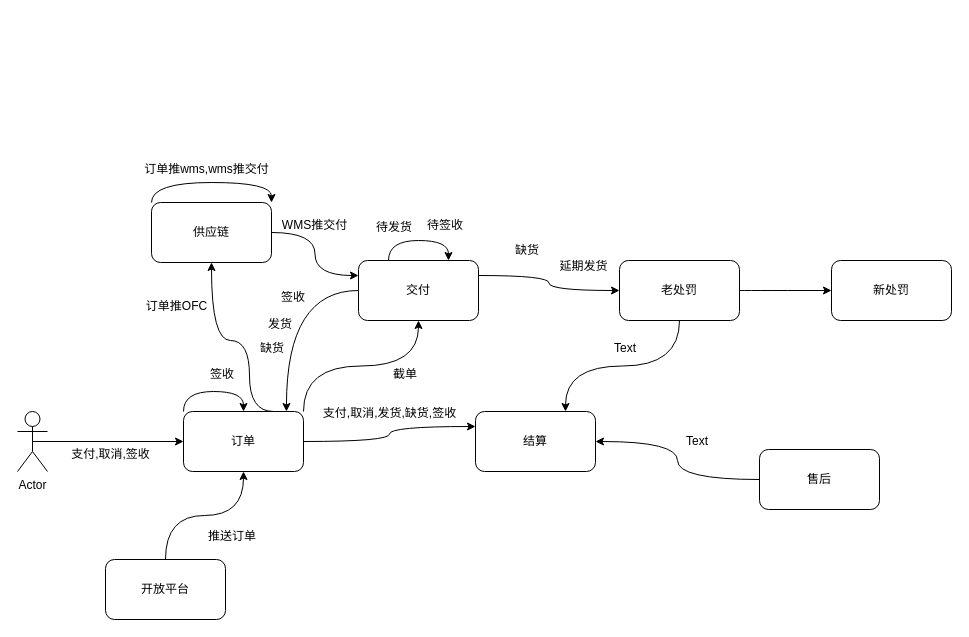
The draw.io diagram 稽核链路.drawio in mingtian110/pc_home, before the edit. Source tidied: cells renumbered, new cells numbered last; positions are measured from the earlier drawing's top-left corner, leaving out a move shared by most shapes. Both pictures are drawn from the tidied source at 100%, with x=0, y=0 at pixel (17, 155).
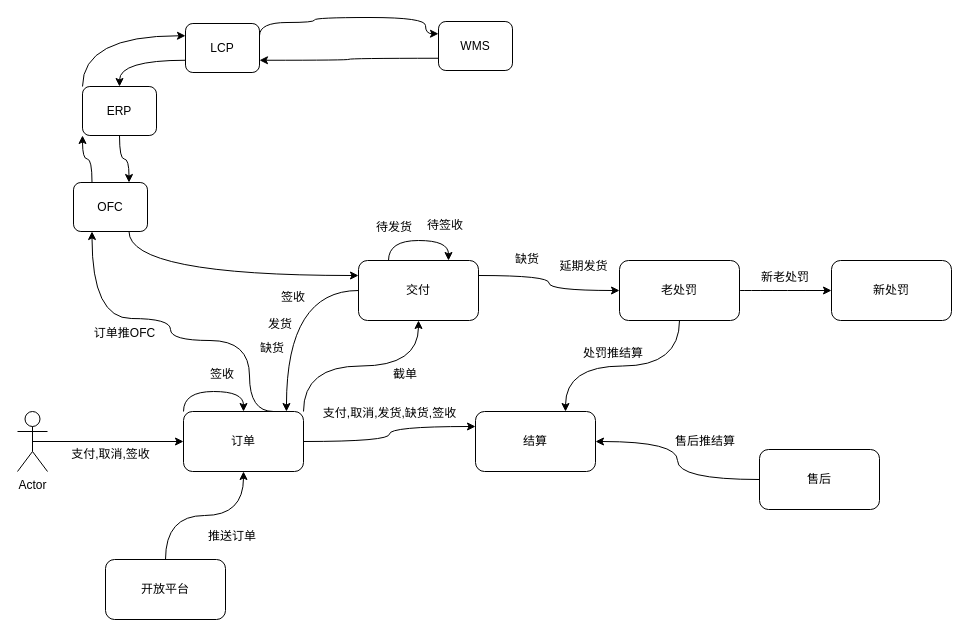
The same diagram, later.

Commit message:
更新稽核链路.drawio

The change refers to these unchanged cells:
```xml
<mxCell id="8" value="订单" style="rounded=1;whiteSpace=wrap;html=1;" parent="1" vertex="1">
  <mxGeometry x="166" y="256" width="120" height="60" as="geometry" />
</mxCell>
<mxCell id="15" value="交付" style="rounded=1;whiteSpace=wrap;html=1;" parent="1" vertex="1">
  <mxGeometry x="341" y="105" width="120" height="60" as="geometry" />
</mxCell>
```

Diff of the diagram source:
```diff
@@
-    <mxCell id="7" style="edgeStyle=orthogonalEdgeStyle;curved=1;rounded=0;jettySize=auto;html=1;exitX=0.75;exitY=0;exitDx=0;exitDy=0;entryX=0.5;entryY=1;entryDx=0;entryDy=0;" parent="1" edge="1" source="8" target="32">
+    <mxCell id="7" style="edgeStyle=orthogonalEdgeStyle;curved=1;rounded=0;jettySize=auto;html=1;exitX=0.75;exitY=0;exitDx=0;exitDy=0;entryX=0.25;entryY=1;entryDx=0;entryDy=0;" parent="1" edge="1" source="8" target="46">
       <mxGeometry relative="1" as="geometry">
         <Array as="points">
           <mxPoint x="232" y="256" />
           <mxPoint x="232" y="185" />
-          <mxPoint x="194" y="185" />
+          <mxPoint x="153" y="185" />
+          <mxPoint x="153" y="163" />
+          <mxPoint x="75" y="163" />
         </Array>
       </mxGeometry>
     </mxCell>
@@
     <mxCell id="24" value="缺货" style="text;html=1;strokeColor=none;fillColor=none;align=center;verticalAlign=middle;whiteSpace=wrap;rounded=0;" parent="1" vertex="1">
-      <mxGeometry x="490" y="85" width="40" height="20" as="geometry" />
+      <mxGeometry x="490" y="94" width="40" height="20" as="geometry" />
     </mxCell>
@@
-    <mxCell id="31" style="edgeStyle=orthogonalEdgeStyle;curved=1;rounded=0;jettySize=auto;html=1;exitX=1;exitY=0.5;exitDx=0;exitDy=0;entryX=0;entryY=0.25;entryDx=0;entryDy=0;" parent="1" edge="1" source="32" target="15">
-      <mxGeometry relative="1" as="geometry" />
-    </mxCell>
-    <mxCell id="32" value="供应链" style="rounded=1;whiteSpace=wrap;html=1;" parent="1" vertex="1">
-      <mxGeometry x="134" y="47" width="120" height="60" as="geometry" />
-    </mxCell>
-    <mxCell id="33" value="订单推wms,wms推交付" style="text;html=1;strokeColor=none;fillColor=none;align=center;verticalAlign=middle;whiteSpace=wrap;rounded=0;" parent="1" vertex="1">
-      <mxGeometry x="102" width="175" height="27" as="geometry" />
-    </mxCell>
-    <mxCell id="34" style="edgeStyle=orthogonalEdgeStyle;curved=1;rounded=0;orthogonalLoop=1;jettySize=auto;html=1;exitX=0;exitY=0;exitDx=0;exitDy=0;entryX=1;entryY=0;entryDx=0;entryDy=0;" parent="1" edge="1" source="32" target="32">
-      <mxGeometry relative="1" as="geometry">
-        <Array as="points">
-          <mxPoint x="134" y="27" />
-          <mxPoint x="254" y="27" />
-        </Array>
-      </mxGeometry>
-    </mxCell>
     <mxCell id="35" value="订单推OFC" style="text;html=1;strokeColor=none;fillColor=none;align=center;verticalAlign=middle;whiteSpace=wrap;rounded=0;" parent="1" vertex="1">
-      <mxGeometry x="124" y="145" width="71" height="11" as="geometry" />
+      <mxGeometry x="72" y="172" width="71" height="11" as="geometry" />
     </mxCell>
@@
-    <mxCell id="39" value="WMS推交付" style="text;html=1;strokeColor=none;fillColor=none;align=center;verticalAlign=middle;whiteSpace=wrap;rounded=0;" parent="1" vertex="1">
-      <mxGeometry x="262" y="62" width="71" height="16" as="geometry" />
-    </mxCell>
-    <mxCell id="40" value="Text" style="text;html=1;strokeColor=none;fillColor=none;align=center;verticalAlign=middle;whiteSpace=wrap;rounded=0;" parent="1" vertex="1">
-      <mxGeometry x="588" y="183" width="40" height="20" as="geometry" />
-    </mxCell>
-    <mxCell id="41" value="Text" style="text;html=1;strokeColor=none;fillColor=none;align=center;verticalAlign=middle;whiteSpace=wrap;rounded=0;" parent="1" vertex="1">
-      <mxGeometry x="660" y="276" width="40" height="20" as="geometry" />
-    </mxCell>
+    <mxCell id="42" value="处罚推结算" style="text;html=1;strokeColor=none;fillColor=none;align=center;verticalAlign=middle;whiteSpace=wrap;rounded=0;" parent="1" vertex="1">
+      <mxGeometry x="564" y="189" width="64" height="17" as="geometry" />
+    </mxCell>
+    <mxCell id="43" value="新老处罚" style="text;html=1;strokeColor=none;fillColor=none;align=center;verticalAlign=middle;whiteSpace=wrap;rounded=0;" parent="1" vertex="1">
+      <mxGeometry x="738" y="121" width="60" height="1" as="geometry" />
+    </mxCell>
+    <mxCell id="44" style="edgeStyle=orthogonalEdgeStyle;curved=1;rounded=0;jettySize=auto;html=1;exitX=0.25;exitY=0;exitDx=0;exitDy=0;entryX=0;entryY=1;entryDx=0;entryDy=0;" parent="1" edge="1" source="46" target="49">
+      <mxGeometry relative="1" as="geometry" />
+    </mxCell>
+    <mxCell id="45" style="edgeStyle=orthogonalEdgeStyle;curved=1;rounded=0;jettySize=auto;html=1;exitX=0.75;exitY=1;exitDx=0;exitDy=0;entryX=0;entryY=0.25;entryDx=0;entryDy=0;" parent="1" edge="1" source="46" target="15">
+      <mxGeometry relative="1" as="geometry" />
+    </mxCell>
+    <mxCell id="46" value="OFC" style="rounded=1;whiteSpace=wrap;html=1;" parent="1" vertex="1">
+      <mxGeometry x="56" y="27" width="74" height="49" as="geometry" />
+    </mxCell>
+    <mxCell id="47" style="edgeStyle=orthogonalEdgeStyle;curved=1;rounded=0;jettySize=auto;html=1;exitX=0;exitY=0;exitDx=0;exitDy=0;entryX=0;entryY=0.25;entryDx=0;entryDy=0;" parent="1" edge="1" source="49" target="52">
+      <mxGeometry relative="1" as="geometry" />
+    </mxCell>
+    <mxCell id="48" style="edgeStyle=orthogonalEdgeStyle;curved=1;rounded=0;jettySize=auto;html=1;exitX=0.5;exitY=1;exitDx=0;exitDy=0;entryX=0.75;entryY=0;entryDx=0;entryDy=0;" parent="1" edge="1" source="49" target="46">
+      <mxGeometry relative="1" as="geometry" />
+    </mxCell>
+    <mxCell id="49" value="ERP" style="rounded=1;whiteSpace=wrap;html=1;" parent="1" vertex="1">
+      <mxGeometry x="65" y="-69" width="74" height="49" as="geometry" />
+    </mxCell>
+    <mxCell id="50" style="edgeStyle=orthogonalEdgeStyle;curved=1;rounded=0;jettySize=auto;html=1;exitX=1;exitY=0.25;exitDx=0;exitDy=0;entryX=0;entryY=0.25;entryDx=0;entryDy=0;" parent="1" edge="1" source="52" target="54">
+      <mxGeometry relative="1" as="geometry">
+        <Array as="points">
+          <mxPoint x="242" y="-133" />
+          <mxPoint x="297" y="-133" />
+          <mxPoint x="297" y="-138" />
+          <mxPoint x="408" y="-138" />
+          <mxPoint x="408" y="-122" />
+        </Array>
+      </mxGeometry>
+    </mxCell>
+    <mxCell id="51" style="edgeStyle=orthogonalEdgeStyle;curved=1;rounded=0;jettySize=auto;html=1;exitX=0;exitY=0.75;exitDx=0;exitDy=0;" parent="1" edge="1" source="52" target="49">
+      <mxGeometry relative="1" as="geometry" />
+    </mxCell>
+    <mxCell id="52" value="LCP" style="rounded=1;whiteSpace=wrap;html=1;" parent="1" vertex="1">
+      <mxGeometry x="168" y="-132" width="74" height="49" as="geometry" />
+    </mxCell>
+    <mxCell id="53" style="edgeStyle=orthogonalEdgeStyle;curved=1;rounded=0;jettySize=auto;html=1;exitX=0;exitY=0.75;exitDx=0;exitDy=0;entryX=1;entryY=0.75;entryDx=0;entryDy=0;" parent="1" edge="1" source="54" target="52">
+      <mxGeometry relative="1" as="geometry" />
+    </mxCell>
+    <mxCell id="54" value="WMS" style="rounded=1;whiteSpace=wrap;html=1;" parent="1" vertex="1">
+      <mxGeometry x="421" y="-134" width="74" height="49" as="geometry" />
+    </mxCell>
+    <mxCell id="55" value="售后推结算" style="text;html=1;strokeColor=none;fillColor=none;align=center;verticalAlign=middle;whiteSpace=wrap;rounded=0;" parent="1" vertex="1">
+      <mxGeometry x="656" y="277.5" width="64" height="17" as="geometry" />
+    </mxCell>
```
